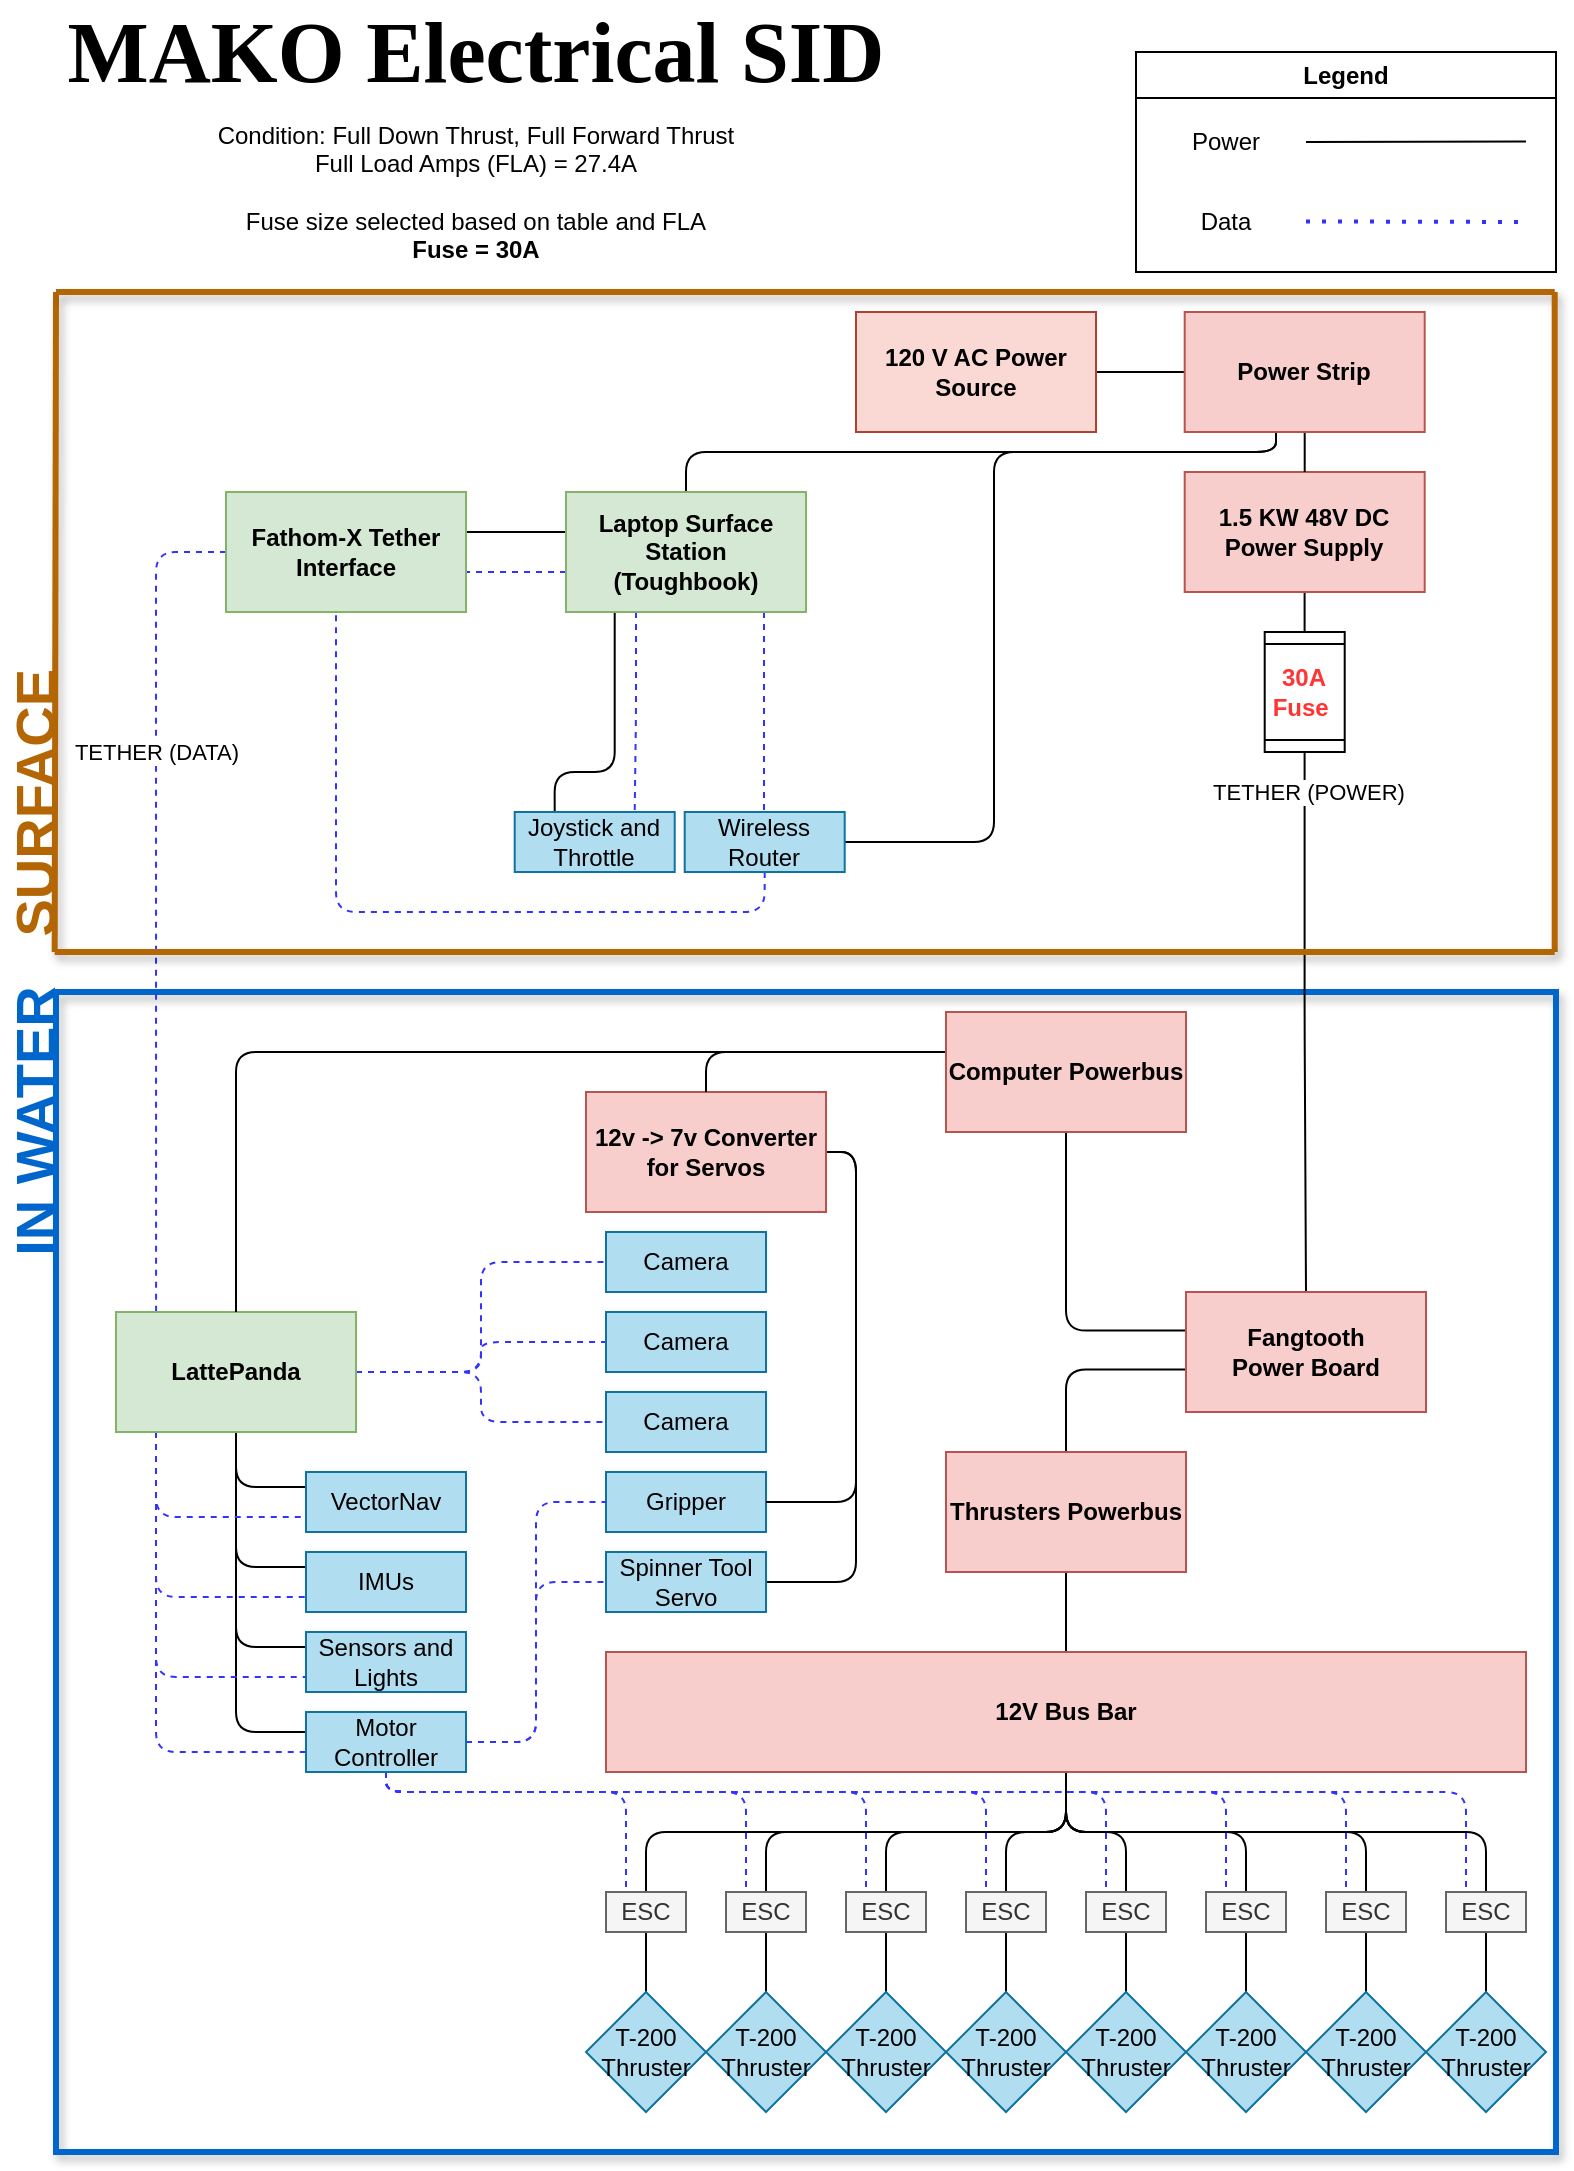
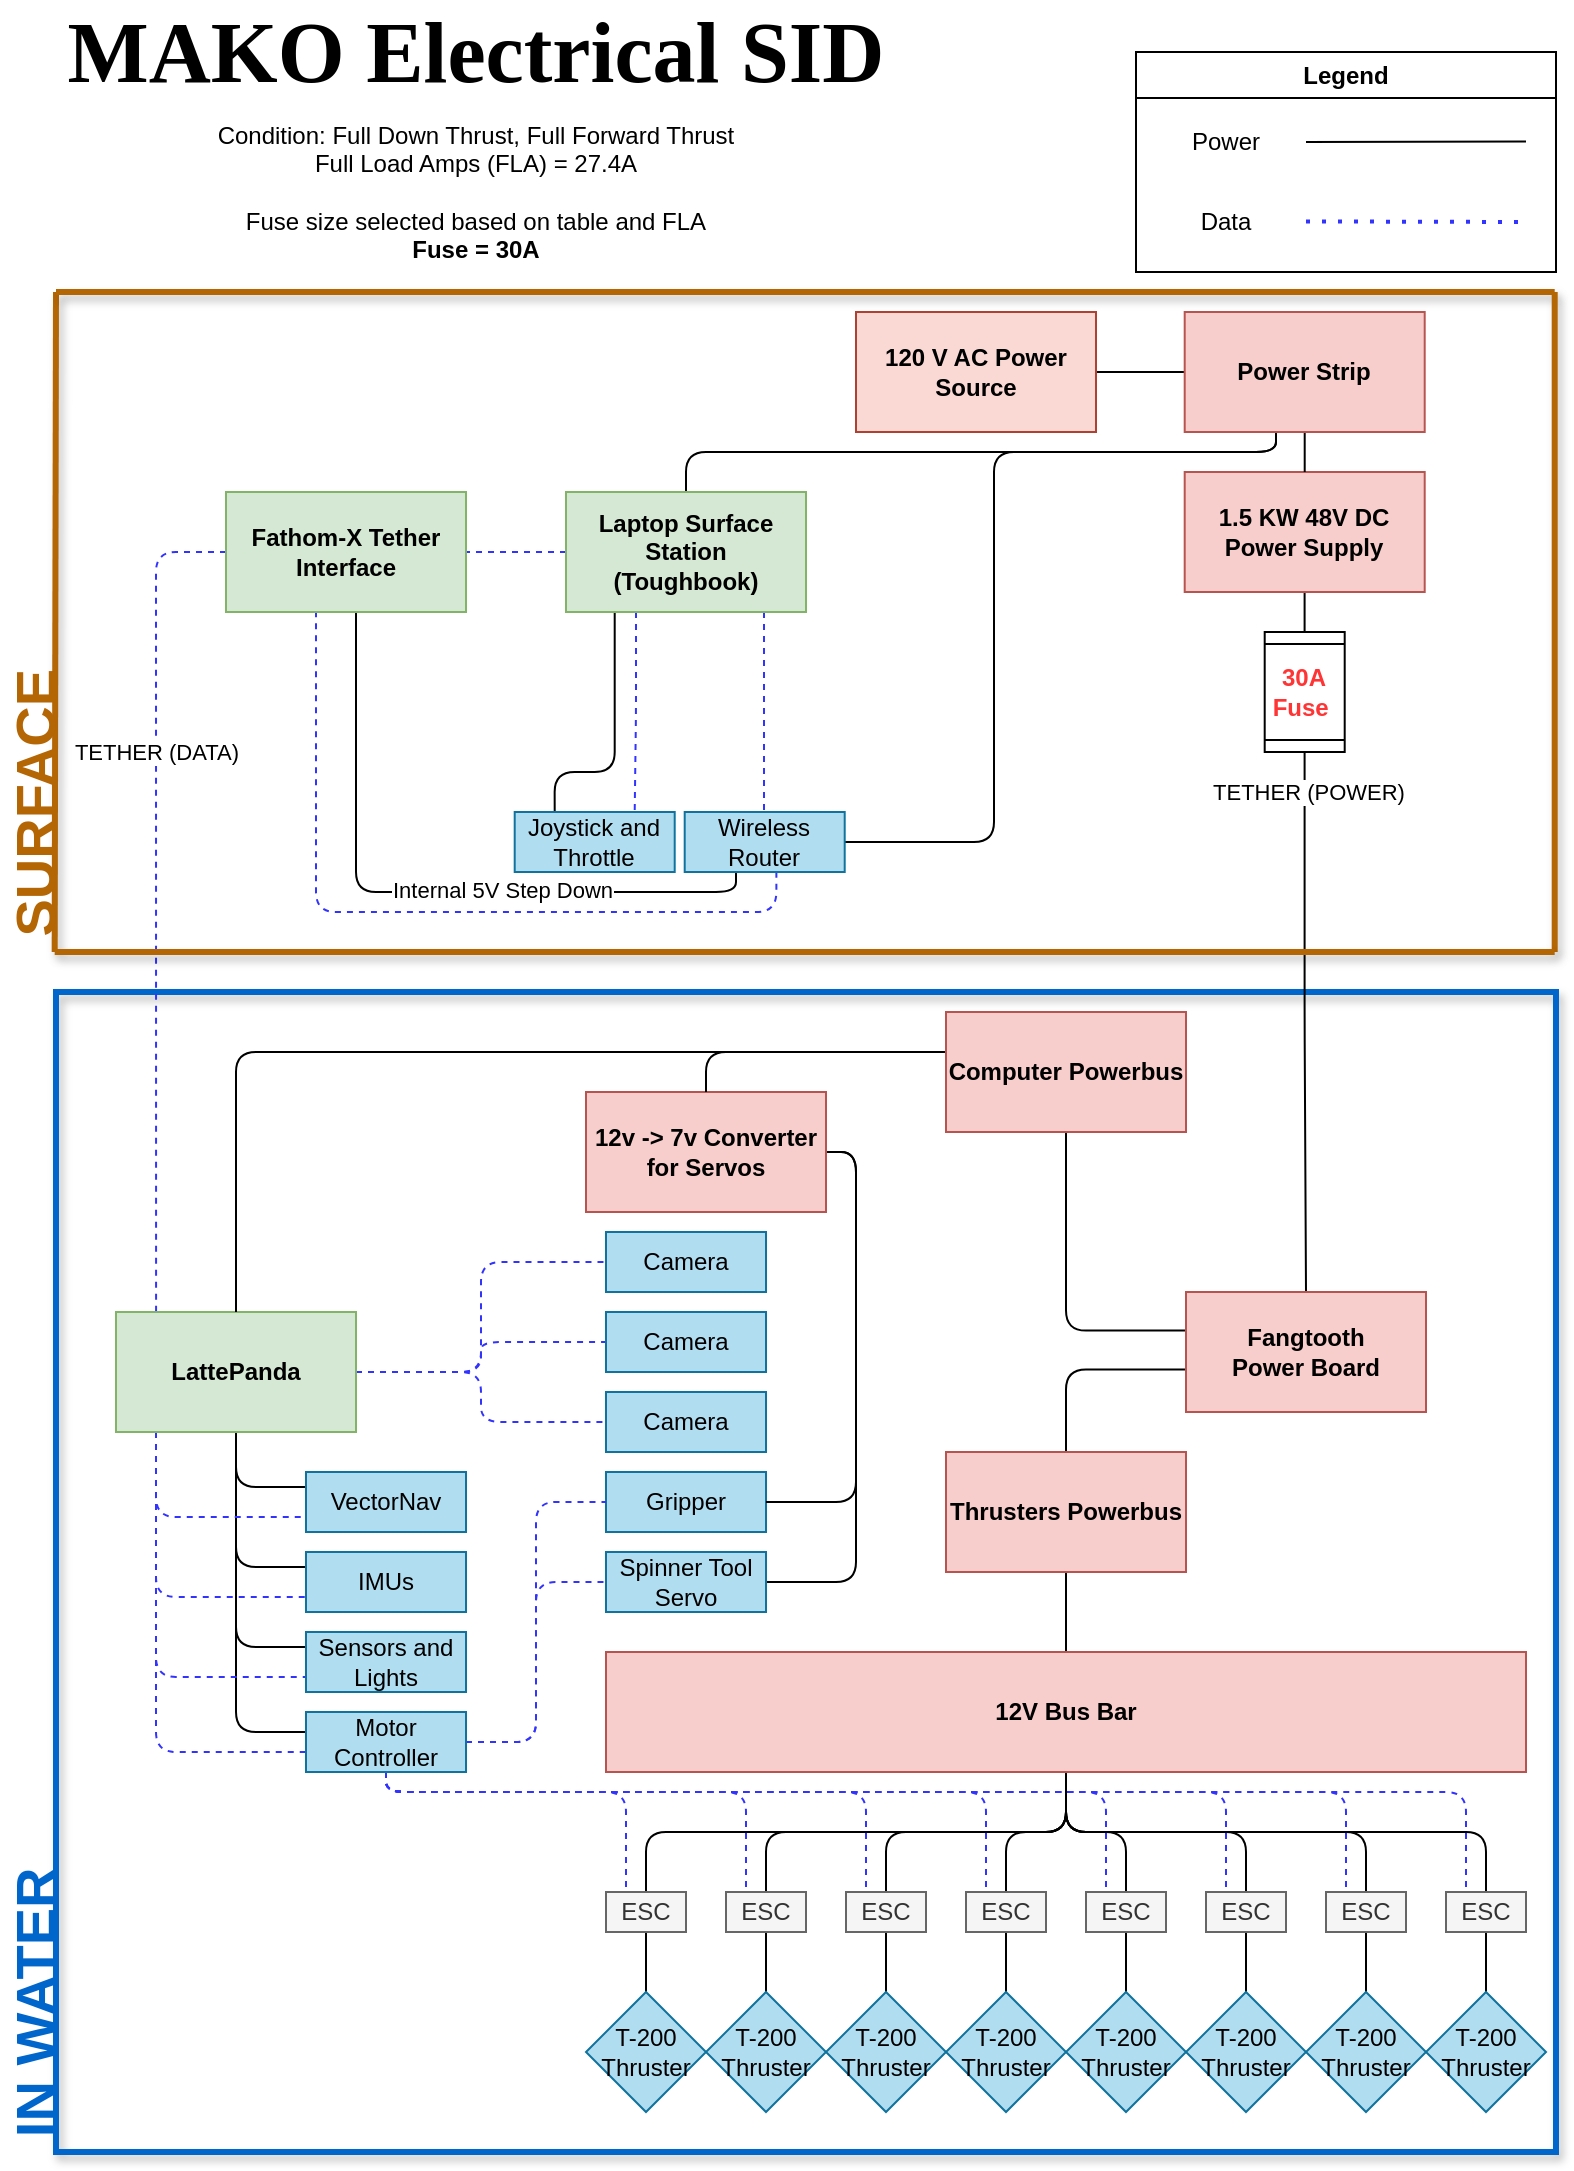
<mxfile host="app.diagrams.net" agent="Mozilla/5.0 (Windows NT 10.0; Win64; x64; rv:139.0) Gecko/20100101 Firefox/139.0">
  <diagram name="Page-1" id="doaNbLGYiiKzRFzNWdXi">
-     <mxGraphModel dx="1204" dy="1192" grid="1" gridSize="10" guides="1" tooltips="1" connect="1" arrows="1" fold="1" page="1" pageScale="1" pageWidth="850" pageHeight="1100" math="0" shadow="0">
+     <mxGraphModel dx="128" dy="568" grid="1" gridSize="10" guides="1" tooltips="1" connect="1" arrows="1" fold="1" page="1" pageScale="1" pageWidth="850" pageHeight="1100" math="0" shadow="0">
      <root>
        <mxCell id="0" />
        <mxCell id="1" parent="0" />
        <mxCell id="0vSBfI8_46AL9H7hPHAw-18" parent="1" style="rounded=0;whiteSpace=wrap;html=1;fillColor=none;strokeWidth=3;strokeColor=#0066CC;glass=0;shadow=1;" value="" vertex="1">
          <mxGeometry height="580" width="750" x="890" y="500" as="geometry" />
        </mxCell>
        <mxCell id="59XTsty1G1Yx93DkZX_j-1" parent="1" style="text;html=1;whiteSpace=wrap;strokeColor=none;fillColor=none;align=center;verticalAlign=middle;rounded=0;fontFamily=Times New Roman;fontStyle=1" value="&lt;font style=&quot;font-size: 43px;&quot;&gt;&lt;span&gt;MAKO Electrical SID&lt;/span&gt;&lt;/font&gt;" vertex="1">
          <mxGeometry height="40" width="420" x="890" y="10" as="geometry" />
        </mxCell>
        <mxCell id="59XTsty1G1Yx93DkZX_j-24" edge="1" parent="1" style="edgeStyle=orthogonalEdgeStyle;rounded=0;orthogonalLoop=1;jettySize=auto;html=1;exitX=0.5;exitY=1;exitDx=0;exitDy=0;">
          <mxGeometry relative="1" as="geometry">
            <mxPoint x="1435" y="910" as="sourcePoint" />
            <mxPoint x="1435" y="910" as="targetPoint" />
          </mxGeometry>
        </mxCell>
        <mxCell id="59XTsty1G1Yx93DkZX_j-45" parent="1" style="swimlane;whiteSpace=wrap;html=1;" value="Legend" vertex="1">
          <mxGeometry height="110" width="210" x="1430" y="30" as="geometry" />
        </mxCell>
        <mxCell id="59XTsty1G1Yx93DkZX_j-46" parent="59XTsty1G1Yx93DkZX_j-45" style="text;html=1;whiteSpace=wrap;strokeColor=none;fillColor=none;align=center;verticalAlign=middle;rounded=0;" value="Power" vertex="1">
          <mxGeometry height="30" width="60" x="15" y="30" as="geometry" />
        </mxCell>
        <mxCell id="59XTsty1G1Yx93DkZX_j-47" parent="59XTsty1G1Yx93DkZX_j-45" style="text;html=1;whiteSpace=wrap;strokeColor=none;fillColor=none;align=center;verticalAlign=middle;rounded=0;" value="Data" vertex="1">
          <mxGeometry height="30" width="60" x="15" y="70" as="geometry" />
        </mxCell>
        <mxCell id="59XTsty1G1Yx93DkZX_j-53" edge="1" parent="59XTsty1G1Yx93DkZX_j-45" style="endArrow=none;dashed=1;html=1;dashPattern=1 3;strokeWidth=2;strokeColor=#3333FF;" value="">
          <mxGeometry height="50" relative="1" width="50" as="geometry">
            <mxPoint x="85" y="84.72" as="sourcePoint" />
            <mxPoint x="195" y="85" as="targetPoint" />
          </mxGeometry>
        </mxCell>
        <mxCell id="59XTsty1G1Yx93DkZX_j-54" edge="1" parent="59XTsty1G1Yx93DkZX_j-45" style="endArrow=none;html=1;strokeColor=#000000;" value="">
          <mxGeometry height="50" relative="1" width="50" as="geometry">
            <mxPoint x="85" y="45.06" as="sourcePoint" />
            <mxPoint x="195" y="44.78" as="targetPoint" />
          </mxGeometry>
        </mxCell>
        <mxCell id="59XTsty1G1Yx93DkZX_j-216" edge="1" parent="1" source="59XTsty1G1Yx93DkZX_j-57" style="edgeStyle=orthogonalEdgeStyle;orthogonalLoop=1;jettySize=auto;html=1;endArrow=none;endFill=0;" target="59XTsty1G1Yx93DkZX_j-208" value="">
          <mxGeometry relative="1" as="geometry" />
        </mxCell>
        <mxCell id="59XTsty1G1Yx93DkZX_j-57" parent="1" style="rounded=0;whiteSpace=wrap;html=1;fillColor=#fad9d5;strokeColor=#ae4132;fontStyle=1" value="120 V AC Power Source" vertex="1">
          <mxGeometry height="60" width="120" x="1290" y="160" as="geometry" />
        </mxCell>
        <mxCell id="59XTsty1G1Yx93DkZX_j-71" edge="1" parent="1" source="59XTsty1G1Yx93DkZX_j-66" style="edgeStyle=orthogonalEdgeStyle;orthogonalLoop=1;jettySize=auto;html=1;endArrow=none;endFill=0;" target="59XTsty1G1Yx93DkZX_j-70" value="">
          <mxGeometry relative="1" as="geometry" />
        </mxCell>
        <mxCell id="59XTsty1G1Yx93DkZX_j-66" parent="1" style="rounded=0;whiteSpace=wrap;html=1;fillColor=#f8cecc;strokeColor=#b85450;fontStyle=1" value="&lt;div&gt;1.5 KW 48V DC Power Supply&lt;/div&gt;" vertex="1">
          <mxGeometry height="60" width="120" x="1454.35" y="240" as="geometry" />
        </mxCell>
        <mxCell id="59XTsty1G1Yx93DkZX_j-81" edge="1" parent="1" source="59XTsty1G1Yx93DkZX_j-70" style="edgeStyle=orthogonalEdgeStyle;orthogonalLoop=1;jettySize=auto;html=1;entryX=0.5;entryY=0;entryDx=0;entryDy=0;endArrow=none;endFill=0;" target="59XTsty1G1Yx93DkZX_j-101" value="">
          <mxGeometry relative="1" as="geometry">
            <mxPoint x="1515" y="470" as="targetPoint" />
          </mxGeometry>
        </mxCell>
        <mxCell id="59XTsty1G1Yx93DkZX_j-99" connectable="0" parent="59XTsty1G1Yx93DkZX_j-81" style="edgeLabel;html=1;align=center;verticalAlign=middle;resizable=0;points=[];" value="TETHER (POWER)" vertex="1">
          <mxGeometry relative="1" x="-0.062" y="-1" as="geometry">
            <mxPoint x="2" y="-107" as="offset" />
          </mxGeometry>
        </mxCell>
        <mxCell id="59XTsty1G1Yx93DkZX_j-70" parent="1" style="shape=process;whiteSpace=wrap;html=1;backgroundOutline=1;rounded=0;direction=south;" value="&lt;div&gt;&lt;b style=&quot;color: rgb(255, 53, 53);&quot;&gt;30A&lt;/b&gt;&lt;/div&gt;&lt;div&gt;&lt;b style=&quot;color: rgb(255, 53, 53);&quot;&gt;Fuse&amp;nbsp;&lt;/b&gt;&lt;/div&gt;" vertex="1">
          <mxGeometry height="60" width="40" x="1494.35" y="320" as="geometry" />
        </mxCell>
        <mxCell id="59XTsty1G1Yx93DkZX_j-83" parent="1" style="text;html=1;whiteSpace=wrap;strokeColor=none;fillColor=none;align=center;verticalAlign=middle;rounded=0;" value="&lt;div&gt;Condition: Full Down Thrust, Full Forward Thrust&lt;/div&gt;&lt;div&gt;Full Load Amps (FLA) = 27.4A&lt;/div&gt;&lt;div&gt;&lt;br&gt;&lt;/div&gt;&lt;div&gt;Fuse size selected based on table and FLA&lt;/div&gt;&lt;div&gt;&lt;b&gt;Fuse = 30A&lt;/b&gt;&lt;/div&gt;" vertex="1">
          <mxGeometry height="80" width="410" x="894.9999999999999" y="60" as="geometry" />
        </mxCell>
        <mxCell id="59XTsty1G1Yx93DkZX_j-205" edge="1" parent="1" source="59XTsty1G1Yx93DkZX_j-101" style="edgeStyle=orthogonalEdgeStyle;orthogonalLoop=1;jettySize=auto;html=1;entryX=0.5;entryY=1;entryDx=0;entryDy=0;exitX=-0.004;exitY=0.321;exitDx=0;exitDy=0;exitPerimeter=0;endArrow=none;endFill=0;" target="59XTsty1G1Yx93DkZX_j-180">
          <mxGeometry relative="1" as="geometry" />
        </mxCell>
        <mxCell id="59XTsty1G1Yx93DkZX_j-206" edge="1" parent="1" source="59XTsty1G1Yx93DkZX_j-101" style="edgeStyle=orthogonalEdgeStyle;orthogonalLoop=1;jettySize=auto;html=1;exitX=0.001;exitY=0.645;exitDx=0;exitDy=0;exitPerimeter=0;endArrow=none;endFill=0;" target="59XTsty1G1Yx93DkZX_j-102">
          <mxGeometry relative="1" as="geometry" />
        </mxCell>
        <mxCell id="59XTsty1G1Yx93DkZX_j-101" parent="1" style="rounded=0;whiteSpace=wrap;html=1;fillColor=#f8cecc;strokeColor=#b85450;fontStyle=1" value="&lt;div&gt;Fangtooth&lt;/div&gt;&lt;div&gt;Power Board&lt;/div&gt;" vertex="1">
          <mxGeometry height="60" width="120" x="1455" y="650" as="geometry" />
        </mxCell>
        <mxCell id="59XTsty1G1Yx93DkZX_j-113" edge="1" parent="1" source="59XTsty1G1Yx93DkZX_j-102" style="edgeStyle=orthogonalEdgeStyle;orthogonalLoop=1;jettySize=auto;html=1;entryX=0.5;entryY=0;entryDx=0;entryDy=0;endArrow=none;endFill=0;" target="59XTsty1G1Yx93DkZX_j-108">
          <mxGeometry relative="1" as="geometry" />
        </mxCell>
        <mxCell id="59XTsty1G1Yx93DkZX_j-102" parent="1" style="rounded=0;whiteSpace=wrap;html=1;fillColor=#f8cecc;strokeColor=#b85450;fontStyle=1" value="Thrusters Powerbus" vertex="1">
          <mxGeometry height="60" width="120" x="1335" y="730" as="geometry" />
        </mxCell>
        <mxCell id="59XTsty1G1Yx93DkZX_j-135" edge="1" parent="1" source="59XTsty1G1Yx93DkZX_j-108" style="edgeStyle=orthogonalEdgeStyle;orthogonalLoop=1;jettySize=auto;html=1;entryX=0.5;entryY=0;entryDx=0;entryDy=0;endArrow=none;endFill=0;" target="59XTsty1G1Yx93DkZX_j-116">
          <mxGeometry relative="1" as="geometry" />
        </mxCell>
        <mxCell id="59XTsty1G1Yx93DkZX_j-137" edge="1" parent="1" source="59XTsty1G1Yx93DkZX_j-108" style="edgeStyle=orthogonalEdgeStyle;orthogonalLoop=1;jettySize=auto;html=1;entryX=0.5;entryY=0;entryDx=0;entryDy=0;endArrow=none;endFill=0;" target="59XTsty1G1Yx93DkZX_j-120">
          <mxGeometry relative="1" as="geometry" />
        </mxCell>
        <mxCell id="59XTsty1G1Yx93DkZX_j-138" edge="1" parent="1" source="59XTsty1G1Yx93DkZX_j-108" style="edgeStyle=orthogonalEdgeStyle;orthogonalLoop=1;jettySize=auto;html=1;entryX=0.5;entryY=0;entryDx=0;entryDy=0;endArrow=none;endFill=0;" target="59XTsty1G1Yx93DkZX_j-117">
          <mxGeometry relative="1" as="geometry" />
        </mxCell>
        <mxCell id="59XTsty1G1Yx93DkZX_j-139" edge="1" parent="1" source="59XTsty1G1Yx93DkZX_j-108" style="edgeStyle=orthogonalEdgeStyle;orthogonalLoop=1;jettySize=auto;html=1;entryX=0.5;entryY=0;entryDx=0;entryDy=0;endArrow=none;endFill=0;" target="59XTsty1G1Yx93DkZX_j-118">
          <mxGeometry relative="1" as="geometry" />
        </mxCell>
        <mxCell id="59XTsty1G1Yx93DkZX_j-140" edge="1" parent="1" source="59XTsty1G1Yx93DkZX_j-108" style="edgeStyle=orthogonalEdgeStyle;orthogonalLoop=1;jettySize=auto;html=1;entryX=0.5;entryY=0;entryDx=0;entryDy=0;endArrow=none;endFill=0;" target="59XTsty1G1Yx93DkZX_j-121">
          <mxGeometry relative="1" as="geometry" />
        </mxCell>
        <mxCell id="59XTsty1G1Yx93DkZX_j-141" edge="1" parent="1" source="59XTsty1G1Yx93DkZX_j-108" style="edgeStyle=orthogonalEdgeStyle;orthogonalLoop=1;jettySize=auto;html=1;entryX=0.5;entryY=0;entryDx=0;entryDy=0;endArrow=none;endFill=0;" target="59XTsty1G1Yx93DkZX_j-122">
          <mxGeometry relative="1" as="geometry" />
        </mxCell>
        <mxCell id="59XTsty1G1Yx93DkZX_j-142" edge="1" parent="1" source="59XTsty1G1Yx93DkZX_j-108" style="edgeStyle=orthogonalEdgeStyle;orthogonalLoop=1;jettySize=auto;html=1;entryX=0.5;entryY=0;entryDx=0;entryDy=0;endArrow=none;endFill=0;" target="59XTsty1G1Yx93DkZX_j-123">
          <mxGeometry relative="1" as="geometry" />
        </mxCell>
        <mxCell id="59XTsty1G1Yx93DkZX_j-143" edge="1" parent="1" source="59XTsty1G1Yx93DkZX_j-108" style="edgeStyle=orthogonalEdgeStyle;orthogonalLoop=1;jettySize=auto;html=1;endArrow=none;endFill=0;" target="59XTsty1G1Yx93DkZX_j-124">
          <mxGeometry relative="1" as="geometry" />
        </mxCell>
        <mxCell id="59XTsty1G1Yx93DkZX_j-108" parent="1" style="rounded=0;whiteSpace=wrap;html=1;fillColor=#f8cecc;strokeColor=#b85450;fontStyle=0" value="&lt;b&gt;&lt;span&gt;12V Bus Bar&lt;/span&gt;&lt;/b&gt;" vertex="1">
          <mxGeometry height="60" width="460" x="1165" y="830" as="geometry" />
        </mxCell>
        <mxCell id="59XTsty1G1Yx93DkZX_j-158" edge="1" parent="1" source="59XTsty1G1Yx93DkZX_j-111" style="edgeStyle=orthogonalEdgeStyle;orthogonalLoop=1;jettySize=auto;html=1;entryX=0;entryY=0.5;entryDx=0;entryDy=0;dashed=1;strokeColor=#3333FF;endArrow=none;endFill=0;" target="59XTsty1G1Yx93DkZX_j-154">
          <mxGeometry relative="1" as="geometry" />
        </mxCell>
        <mxCell id="59XTsty1G1Yx93DkZX_j-159" edge="1" parent="1" source="59XTsty1G1Yx93DkZX_j-111" style="edgeStyle=orthogonalEdgeStyle;orthogonalLoop=1;jettySize=auto;html=1;entryX=0;entryY=0.5;entryDx=0;entryDy=0;dashed=1;strokeColor=#3333FF;endArrow=none;endFill=0;" target="59XTsty1G1Yx93DkZX_j-153">
          <mxGeometry relative="1" as="geometry" />
        </mxCell>
        <mxCell id="59XTsty1G1Yx93DkZX_j-232" edge="1" parent="1" source="59XTsty1G1Yx93DkZX_j-111" style="edgeStyle=orthogonalEdgeStyle;orthogonalLoop=1;jettySize=auto;html=1;entryX=0;entryY=0.25;entryDx=0;entryDy=0;endArrow=none;endFill=0;" target="59XTsty1G1Yx93DkZX_j-164">
          <mxGeometry relative="1" as="geometry">
            <Array as="points">
              <mxPoint x="980" y="748" />
            </Array>
          </mxGeometry>
        </mxCell>
        <mxCell id="59XTsty1G1Yx93DkZX_j-233" edge="1" parent="1" source="59XTsty1G1Yx93DkZX_j-111" style="edgeStyle=orthogonalEdgeStyle;orthogonalLoop=1;jettySize=auto;html=1;entryX=0;entryY=0.25;entryDx=0;entryDy=0;endArrow=none;endFill=0;" target="59XTsty1G1Yx93DkZX_j-163">
          <mxGeometry relative="1" as="geometry">
            <Array as="points">
              <mxPoint x="980" y="788" />
            </Array>
          </mxGeometry>
        </mxCell>
        <mxCell id="59XTsty1G1Yx93DkZX_j-234" edge="1" parent="1" source="59XTsty1G1Yx93DkZX_j-111" style="edgeStyle=orthogonalEdgeStyle;orthogonalLoop=1;jettySize=auto;html=1;entryX=0;entryY=0.25;entryDx=0;entryDy=0;endArrow=none;endFill=0;" target="59XTsty1G1Yx93DkZX_j-165">
          <mxGeometry relative="1" as="geometry">
            <Array as="points">
              <mxPoint x="980" y="828" />
            </Array>
          </mxGeometry>
        </mxCell>
        <mxCell id="59XTsty1G1Yx93DkZX_j-235" edge="1" parent="1" source="59XTsty1G1Yx93DkZX_j-111" style="edgeStyle=orthogonalEdgeStyle;orthogonalLoop=1;jettySize=auto;html=1;entryX=0.003;entryY=0.353;entryDx=0;entryDy=0;entryPerimeter=0;endArrow=none;endFill=0;" target="59XTsty1G1Yx93DkZX_j-231">
          <mxGeometry relative="1" as="geometry">
            <Array as="points">
              <mxPoint x="980" y="870" />
              <mxPoint x="1015" y="870" />
            </Array>
          </mxGeometry>
        </mxCell>
        <mxCell id="59XTsty1G1Yx93DkZX_j-236" edge="1" parent="1" source="59XTsty1G1Yx93DkZX_j-111" style="edgeStyle=orthogonalEdgeStyle;orthogonalLoop=1;jettySize=auto;html=1;entryX=-0.002;entryY=0.647;entryDx=0;entryDy=0;dashed=1;strokeColor=#3333FF;entryPerimeter=0;endArrow=none;endFill=0;" target="59XTsty1G1Yx93DkZX_j-231">
          <mxGeometry relative="1" as="geometry">
            <Array as="points">
              <mxPoint x="940" y="880" />
              <mxPoint x="1015" y="880" />
            </Array>
          </mxGeometry>
        </mxCell>
        <mxCell id="59XTsty1G1Yx93DkZX_j-237" edge="1" parent="1" source="59XTsty1G1Yx93DkZX_j-111" style="edgeStyle=orthogonalEdgeStyle;orthogonalLoop=1;jettySize=auto;html=1;entryX=0;entryY=0.75;entryDx=0;entryDy=0;dashed=1;strokeColor=#3333FF;endArrow=none;endFill=0;" target="59XTsty1G1Yx93DkZX_j-165">
          <mxGeometry relative="1" as="geometry">
            <Array as="points">
              <mxPoint x="940" y="843" />
            </Array>
          </mxGeometry>
        </mxCell>
        <mxCell id="59XTsty1G1Yx93DkZX_j-238" edge="1" parent="1" source="59XTsty1G1Yx93DkZX_j-111" style="edgeStyle=orthogonalEdgeStyle;orthogonalLoop=1;jettySize=auto;html=1;entryX=0;entryY=0.75;entryDx=0;entryDy=0;dashed=1;strokeColor=#3333FF;endArrow=none;endFill=0;" target="59XTsty1G1Yx93DkZX_j-163">
          <mxGeometry relative="1" as="geometry">
            <Array as="points">
              <mxPoint x="940" y="803" />
            </Array>
          </mxGeometry>
        </mxCell>
        <mxCell id="59XTsty1G1Yx93DkZX_j-239" edge="1" parent="1" source="59XTsty1G1Yx93DkZX_j-111" style="edgeStyle=orthogonalEdgeStyle;orthogonalLoop=1;jettySize=auto;html=1;entryX=0;entryY=0.75;entryDx=0;entryDy=0;dashed=1;strokeColor=#3333FF;endArrow=none;endFill=0;" target="59XTsty1G1Yx93DkZX_j-164">
          <mxGeometry relative="1" as="geometry">
            <Array as="points">
              <mxPoint x="940" y="763" />
            </Array>
          </mxGeometry>
        </mxCell>
        <mxCell id="0vSBfI8_46AL9H7hPHAw-38" edge="1" parent="1" source="59XTsty1G1Yx93DkZX_j-111" style="edgeStyle=orthogonalEdgeStyle;rounded=1;orthogonalLoop=1;jettySize=auto;html=1;entryX=0;entryY=0.5;entryDx=0;entryDy=0;curved=0;endArrow=none;endFill=0;dashed=1;strokeColor=#3333FF;" target="0vSBfI8_46AL9H7hPHAw-37">
          <mxGeometry relative="1" as="geometry" />
        </mxCell>
        <mxCell id="59XTsty1G1Yx93DkZX_j-111" parent="1" style="rounded=0;whiteSpace=wrap;html=1;fillColor=#d5e8d4;strokeColor=#82b366;" value="&lt;b&gt;LattePanda&lt;/b&gt;" vertex="1">
          <mxGeometry height="60" width="120" x="920" y="660" as="geometry" />
        </mxCell>
        <mxCell id="59XTsty1G1Yx93DkZX_j-145" edge="1" parent="1" source="59XTsty1G1Yx93DkZX_j-116" style="edgeStyle=orthogonalEdgeStyle;orthogonalLoop=1;jettySize=auto;html=1;entryX=0.5;entryY=0;entryDx=0;entryDy=0;endArrow=none;endFill=0;" target="59XTsty1G1Yx93DkZX_j-126">
          <mxGeometry relative="1" as="geometry" />
        </mxCell>
        <mxCell id="59XTsty1G1Yx93DkZX_j-116" parent="1" style="rounded=0;whiteSpace=wrap;html=1;fillColor=#f5f5f5;fontColor=#333333;strokeColor=#666666;" value="ESC" vertex="1">
          <mxGeometry height="20" width="40" x="1165" y="950" as="geometry" />
        </mxCell>
        <mxCell id="59XTsty1G1Yx93DkZX_j-147" edge="1" parent="1" source="59XTsty1G1Yx93DkZX_j-117" style="edgeStyle=orthogonalEdgeStyle;orthogonalLoop=1;jettySize=auto;html=1;entryX=0.5;entryY=0;entryDx=0;entryDy=0;endArrow=none;endFill=0;" target="59XTsty1G1Yx93DkZX_j-128">
          <mxGeometry relative="1" as="geometry" />
        </mxCell>
        <mxCell id="59XTsty1G1Yx93DkZX_j-117" parent="1" style="rounded=0;whiteSpace=wrap;html=1;fillColor=#f5f5f5;fontColor=#333333;strokeColor=#666666;" value="ESC" vertex="1">
          <mxGeometry height="20" width="40" x="1285" y="950" as="geometry" />
        </mxCell>
        <mxCell id="59XTsty1G1Yx93DkZX_j-148" edge="1" parent="1" source="59XTsty1G1Yx93DkZX_j-118" style="edgeStyle=orthogonalEdgeStyle;orthogonalLoop=1;jettySize=auto;html=1;entryX=0.5;entryY=0;entryDx=0;entryDy=0;endArrow=none;endFill=0;" target="59XTsty1G1Yx93DkZX_j-129">
          <mxGeometry relative="1" as="geometry" />
        </mxCell>
        <mxCell id="59XTsty1G1Yx93DkZX_j-118" parent="1" style="rounded=0;whiteSpace=wrap;html=1;fillColor=#f5f5f5;fontColor=#333333;strokeColor=#666666;" value="ESC" vertex="1">
          <mxGeometry height="20" width="40" x="1345" y="950" as="geometry" />
        </mxCell>
        <mxCell id="59XTsty1G1Yx93DkZX_j-146" edge="1" parent="1" source="59XTsty1G1Yx93DkZX_j-120" style="edgeStyle=orthogonalEdgeStyle;orthogonalLoop=1;jettySize=auto;html=1;entryX=0.5;entryY=0;entryDx=0;entryDy=0;endArrow=none;endFill=0;" target="59XTsty1G1Yx93DkZX_j-127">
          <mxGeometry relative="1" as="geometry" />
        </mxCell>
        <mxCell id="59XTsty1G1Yx93DkZX_j-120" parent="1" style="rounded=0;whiteSpace=wrap;html=1;fillColor=#f5f5f5;fontColor=#333333;strokeColor=#666666;" value="ESC" vertex="1">
          <mxGeometry height="20" width="40" x="1225" y="950" as="geometry" />
        </mxCell>
        <mxCell id="59XTsty1G1Yx93DkZX_j-149" edge="1" parent="1" source="59XTsty1G1Yx93DkZX_j-121" style="edgeStyle=orthogonalEdgeStyle;orthogonalLoop=1;jettySize=auto;html=1;entryX=0.5;entryY=0;entryDx=0;entryDy=0;endArrow=none;endFill=0;" target="59XTsty1G1Yx93DkZX_j-130">
          <mxGeometry relative="1" as="geometry" />
        </mxCell>
        <mxCell id="59XTsty1G1Yx93DkZX_j-121" parent="1" style="rounded=0;whiteSpace=wrap;html=1;fillColor=#f5f5f5;fontColor=#333333;strokeColor=#666666;" value="ESC" vertex="1">
          <mxGeometry height="20" width="40" x="1405" y="950" as="geometry" />
        </mxCell>
        <mxCell id="59XTsty1G1Yx93DkZX_j-150" edge="1" parent="1" source="59XTsty1G1Yx93DkZX_j-122" style="edgeStyle=orthogonalEdgeStyle;orthogonalLoop=1;jettySize=auto;html=1;entryX=0.5;entryY=0;entryDx=0;entryDy=0;endArrow=none;endFill=0;" target="59XTsty1G1Yx93DkZX_j-131">
          <mxGeometry relative="1" as="geometry" />
        </mxCell>
        <mxCell id="59XTsty1G1Yx93DkZX_j-122" parent="1" style="rounded=0;whiteSpace=wrap;html=1;fillColor=#f5f5f5;fontColor=#333333;strokeColor=#666666;" value="ESC" vertex="1">
          <mxGeometry height="20" width="40" x="1465" y="950" as="geometry" />
        </mxCell>
        <mxCell id="59XTsty1G1Yx93DkZX_j-151" edge="1" parent="1" source="59XTsty1G1Yx93DkZX_j-123" style="edgeStyle=orthogonalEdgeStyle;orthogonalLoop=1;jettySize=auto;html=1;entryX=0.5;entryY=0;entryDx=0;entryDy=0;endArrow=none;endFill=0;" target="59XTsty1G1Yx93DkZX_j-132">
          <mxGeometry relative="1" as="geometry" />
        </mxCell>
        <mxCell id="59XTsty1G1Yx93DkZX_j-123" parent="1" style="rounded=0;whiteSpace=wrap;html=1;fillColor=#f5f5f5;fontColor=#333333;strokeColor=#666666;" value="ESC" vertex="1">
          <mxGeometry height="20" width="40" x="1525" y="950" as="geometry" />
        </mxCell>
        <mxCell id="59XTsty1G1Yx93DkZX_j-152" edge="1" parent="1" source="59XTsty1G1Yx93DkZX_j-124" style="edgeStyle=orthogonalEdgeStyle;orthogonalLoop=1;jettySize=auto;html=1;entryX=0.5;entryY=0;entryDx=0;entryDy=0;endArrow=none;endFill=0;" target="59XTsty1G1Yx93DkZX_j-133">
          <mxGeometry relative="1" as="geometry" />
        </mxCell>
        <mxCell id="59XTsty1G1Yx93DkZX_j-124" parent="1" style="rounded=0;whiteSpace=wrap;html=1;fillColor=#f5f5f5;fontColor=#333333;strokeColor=#666666;" value="ESC" vertex="1">
          <mxGeometry height="20" width="40" x="1585" y="950" as="geometry" />
        </mxCell>
        <mxCell id="59XTsty1G1Yx93DkZX_j-126" parent="1" style="rhombus;whiteSpace=wrap;html=1;fillColor=#b1ddf0;strokeColor=#10739e;" value="T-200 Thruster" vertex="1">
          <mxGeometry height="60" width="60" x="1155" y="1000" as="geometry" />
        </mxCell>
        <mxCell id="59XTsty1G1Yx93DkZX_j-127" parent="1" style="rhombus;whiteSpace=wrap;html=1;fillColor=#b1ddf0;strokeColor=#10739e;" value="T-200 Thruster" vertex="1">
          <mxGeometry height="60" width="60" x="1215" y="1000" as="geometry" />
        </mxCell>
        <mxCell id="59XTsty1G1Yx93DkZX_j-128" parent="1" style="rhombus;whiteSpace=wrap;html=1;fillColor=#b1ddf0;strokeColor=#10739e;" value="T-200 Thruster" vertex="1">
          <mxGeometry height="60" width="60" x="1275" y="1000" as="geometry" />
        </mxCell>
        <mxCell id="59XTsty1G1Yx93DkZX_j-129" parent="1" style="rhombus;whiteSpace=wrap;html=1;fillColor=#b1ddf0;strokeColor=#10739e;" value="T-200 Thruster" vertex="1">
          <mxGeometry height="60" width="60" x="1335" y="1000" as="geometry" />
        </mxCell>
        <mxCell id="59XTsty1G1Yx93DkZX_j-130" parent="1" style="rhombus;whiteSpace=wrap;html=1;fillColor=#b1ddf0;strokeColor=#10739e;" value="T-200 Thruster" vertex="1">
          <mxGeometry height="60" width="60" x="1395" y="1000" as="geometry" />
        </mxCell>
        <mxCell id="59XTsty1G1Yx93DkZX_j-131" parent="1" style="rhombus;whiteSpace=wrap;html=1;fillColor=#b1ddf0;strokeColor=#10739e;" value="T-200 Thruster" vertex="1">
          <mxGeometry height="60" width="60" x="1455" y="1000" as="geometry" />
        </mxCell>
        <mxCell id="59XTsty1G1Yx93DkZX_j-132" parent="1" style="rhombus;whiteSpace=wrap;html=1;fillColor=#b1ddf0;strokeColor=#10739e;" value="T-200 Thruster" vertex="1">
          <mxGeometry height="60" width="60" x="1515" y="1000" as="geometry" />
        </mxCell>
        <mxCell id="59XTsty1G1Yx93DkZX_j-133" parent="1" style="rhombus;whiteSpace=wrap;html=1;fillColor=#b1ddf0;strokeColor=#10739e;" value="T-200 Thruster" vertex="1">
          <mxGeometry height="60" width="60" x="1575" y="1000" as="geometry" />
        </mxCell>
        <mxCell id="59XTsty1G1Yx93DkZX_j-153" parent="1" style="rounded=0;whiteSpace=wrap;html=1;fillColor=#b1ddf0;strokeColor=#10739e;" value="Camera" vertex="1">
          <mxGeometry height="30" width="80" x="1165" y="660" as="geometry" />
        </mxCell>
        <mxCell id="59XTsty1G1Yx93DkZX_j-154" parent="1" style="rounded=0;whiteSpace=wrap;html=1;fillColor=#b1ddf0;strokeColor=#10739e;" value="Camera" vertex="1">
          <mxGeometry height="30" width="80" x="1165" y="700" as="geometry" />
        </mxCell>
        <mxCell id="59XTsty1G1Yx93DkZX_j-155" parent="1" style="rounded=0;whiteSpace=wrap;html=1;fillColor=#b1ddf0;strokeColor=#10739e;" value="Gripper" vertex="1">
          <mxGeometry height="30" width="80" x="1165" y="740" as="geometry" />
        </mxCell>
        <mxCell id="59XTsty1G1Yx93DkZX_j-163" parent="1" style="rounded=0;whiteSpace=wrap;html=1;fillColor=#b1ddf0;strokeColor=#10739e;" value="IMUs" vertex="1">
          <mxGeometry height="30" width="80" x="1015" y="780" as="geometry" />
        </mxCell>
        <mxCell id="59XTsty1G1Yx93DkZX_j-164" parent="1" style="rounded=0;whiteSpace=wrap;html=1;fillColor=#b1ddf0;strokeColor=#10739e;" value="VectorNav" vertex="1">
          <mxGeometry height="30" width="80" x="1015" y="740" as="geometry" />
        </mxCell>
        <mxCell id="59XTsty1G1Yx93DkZX_j-165" parent="1" style="rounded=0;whiteSpace=wrap;html=1;fillColor=#b1ddf0;strokeColor=#10739e;" value="Sensors and Lights" vertex="1">
          <mxGeometry height="30" width="80" x="1015" y="820" as="geometry" />
        </mxCell>
        <mxCell id="59XTsty1G1Yx93DkZX_j-185" edge="1" parent="1" source="59XTsty1G1Yx93DkZX_j-179" style="edgeStyle=orthogonalEdgeStyle;orthogonalLoop=1;jettySize=auto;html=1;entryX=1;entryY=0.5;entryDx=0;entryDy=0;endArrow=none;endFill=0;" target="59XTsty1G1Yx93DkZX_j-155">
          <mxGeometry relative="1" as="geometry">
            <Array as="points">
              <mxPoint x="1290" y="580" />
              <mxPoint x="1290" y="755" />
            </Array>
          </mxGeometry>
        </mxCell>
        <mxCell id="0vSBfI8_46AL9H7hPHAw-5" edge="1" parent="1" source="59XTsty1G1Yx93DkZX_j-179" style="edgeStyle=orthogonalEdgeStyle;rounded=1;orthogonalLoop=1;jettySize=auto;html=1;entryX=1;entryY=0.5;entryDx=0;entryDy=0;curved=0;endArrow=none;endFill=0;" target="0vSBfI8_46AL9H7hPHAw-3">
          <mxGeometry relative="1" as="geometry">
            <Array as="points">
              <mxPoint x="1290" y="580" />
              <mxPoint x="1290" y="795" />
            </Array>
          </mxGeometry>
        </mxCell>
        <mxCell id="59XTsty1G1Yx93DkZX_j-179" parent="1" style="rounded=0;whiteSpace=wrap;html=1;fillColor=#f8cecc;strokeColor=#b85450;fontStyle=1" value="12v -&amp;gt; 7v Converter for Servos" vertex="1">
          <mxGeometry height="60" width="120" x="1155" y="550" as="geometry" />
        </mxCell>
        <mxCell id="59XTsty1G1Yx93DkZX_j-183" edge="1" parent="1" source="59XTsty1G1Yx93DkZX_j-180" style="edgeStyle=orthogonalEdgeStyle;orthogonalLoop=1;jettySize=auto;html=1;endArrow=none;endFill=0;" target="59XTsty1G1Yx93DkZX_j-111">
          <mxGeometry relative="1" as="geometry">
            <Array as="points">
              <mxPoint x="980" y="530" />
            </Array>
          </mxGeometry>
        </mxCell>
        <mxCell id="59XTsty1G1Yx93DkZX_j-184" edge="1" parent="1" source="59XTsty1G1Yx93DkZX_j-180" style="edgeStyle=orthogonalEdgeStyle;orthogonalLoop=1;jettySize=auto;html=1;entryX=0.5;entryY=0;entryDx=0;entryDy=0;endArrow=none;endFill=0;" target="59XTsty1G1Yx93DkZX_j-179">
          <mxGeometry relative="1" as="geometry">
            <Array as="points">
              <mxPoint x="1215" y="530" />
            </Array>
          </mxGeometry>
        </mxCell>
        <mxCell id="59XTsty1G1Yx93DkZX_j-180" parent="1" style="rounded=0;whiteSpace=wrap;html=1;fillColor=#f8cecc;strokeColor=#b85450;fontStyle=1" value="Computer Powerbus" vertex="1">
          <mxGeometry height="60" width="120" x="1335" y="510" as="geometry" />
        </mxCell>
        <mxCell id="59XTsty1G1Yx93DkZX_j-218" edge="1" parent="1" source="59XTsty1G1Yx93DkZX_j-208" style="edgeStyle=orthogonalEdgeStyle;orthogonalLoop=1;jettySize=auto;html=1;endArrow=none;endFill=0;" target="59XTsty1G1Yx93DkZX_j-66">
          <mxGeometry relative="1" as="geometry">
            <Array as="points">
              <mxPoint x="1520" y="250" />
              <mxPoint x="1520" y="250" />
            </Array>
          </mxGeometry>
        </mxCell>
        <mxCell id="59XTsty1G1Yx93DkZX_j-224" edge="1" parent="1" source="59XTsty1G1Yx93DkZX_j-208" style="edgeStyle=orthogonalEdgeStyle;orthogonalLoop=1;jettySize=auto;html=1;entryX=1;entryY=0.5;entryDx=0;entryDy=0;endArrow=none;endFill=0;" target="59XTsty1G1Yx93DkZX_j-221">
          <mxGeometry relative="1" as="geometry">
            <Array as="points">
              <mxPoint x="1500" y="230" />
              <mxPoint x="1359" y="230" />
              <mxPoint x="1359" y="425" />
            </Array>
          </mxGeometry>
        </mxCell>
        <mxCell id="37D4bjrBw4_Emu08I7YZ-1" edge="1" parent="1" source="59XTsty1G1Yx93DkZX_j-208" style="edgeStyle=orthogonalEdgeStyle;rounded=1;orthogonalLoop=1;jettySize=auto;html=1;endArrow=none;endFill=0;curved=0;" target="59XTsty1G1Yx93DkZX_j-214">
          <mxGeometry relative="1" as="geometry">
            <Array as="points">
              <mxPoint x="1500" y="230" />
              <mxPoint x="1205" y="230" />
            </Array>
          </mxGeometry>
        </mxCell>
        <mxCell id="59XTsty1G1Yx93DkZX_j-208" parent="1" style="rounded=0;whiteSpace=wrap;html=1;fillColor=#f8cecc;strokeColor=#b85450;fontStyle=1" value="Power Strip" vertex="1">
          <mxGeometry height="60" width="120" x="1454.35" y="160" as="geometry" />
        </mxCell>
        <mxCell id="59XTsty1G1Yx93DkZX_j-226" edge="1" parent="1" source="59XTsty1G1Yx93DkZX_j-214" style="edgeStyle=orthogonalEdgeStyle;orthogonalLoop=1;jettySize=auto;html=1;dashed=1;strokeColor=#3333FF;entryX=0.75;entryY=0;entryDx=0;entryDy=0;endArrow=none;endFill=0;" target="59XTsty1G1Yx93DkZX_j-222" value="">
          <mxGeometry relative="1" as="geometry">
            <Array as="points">
              <mxPoint x="1180" y="360" />
              <mxPoint x="1179" y="360" />
            </Array>
          </mxGeometry>
        </mxCell>
        <mxCell id="59XTsty1G1Yx93DkZX_j-227" edge="1" parent="1" source="59XTsty1G1Yx93DkZX_j-214" style="edgeStyle=orthogonalEdgeStyle;orthogonalLoop=1;jettySize=auto;html=1;dashed=1;strokeColor=#3333FF;endArrow=none;endFill=0;" target="59XTsty1G1Yx93DkZX_j-221">
          <mxGeometry relative="1" as="geometry">
            <Array as="points">
              <mxPoint x="1244" y="350" />
              <mxPoint x="1244" y="350" />
            </Array>
          </mxGeometry>
        </mxCell>
-         <mxCell id="0vSBfI8_46AL9H7hPHAw-9" edge="1" parent="1" source="59XTsty1G1Yx93DkZX_j-214" style="edgeStyle=orthogonalEdgeStyle;rounded=0;orthogonalLoop=1;jettySize=auto;html=1;endArrow=none;endFill=0;" target="0vSBfI8_46AL9H7hPHAw-7" value="">
-           <mxGeometry relative="1" as="geometry">
-             <Array as="points">
-               <mxPoint x="1120" y="270" />
-               <mxPoint x="1120" y="270" />
-             </Array>
-           </mxGeometry>
-         </mxCell>
        <mxCell id="0vSBfI8_46AL9H7hPHAw-13" edge="1" parent="1" source="59XTsty1G1Yx93DkZX_j-214" style="edgeStyle=orthogonalEdgeStyle;rounded=1;orthogonalLoop=1;jettySize=auto;html=1;entryX=0.25;entryY=0;entryDx=0;entryDy=0;curved=0;endArrow=none;endFill=0;" target="59XTsty1G1Yx93DkZX_j-222">
          <mxGeometry relative="1" as="geometry">
            <Array as="points">
              <mxPoint x="1169.35" y="390" />
              <mxPoint x="1139.35" y="390" />
            </Array>
          </mxGeometry>
        </mxCell>
        <mxCell id="0vSBfI8_46AL9H7hPHAw-36" edge="1" parent="1" source="59XTsty1G1Yx93DkZX_j-214" style="edgeStyle=orthogonalEdgeStyle;rounded=0;orthogonalLoop=1;jettySize=auto;html=1;dashed=1;strokeColor=#3333FF;endArrow=none;endFill=0;" target="0vSBfI8_46AL9H7hPHAw-7" value="">
          <mxGeometry relative="1" as="geometry">
            <Array as="points">
-               <mxPoint x="1120" y="290" />
-               <mxPoint x="1120" y="290" />
+               <mxPoint x="1120" y="280" />
+               <mxPoint x="1120" y="280" />
            </Array>
          </mxGeometry>
        </mxCell>
        <mxCell id="59XTsty1G1Yx93DkZX_j-214" parent="1" style="rounded=0;whiteSpace=wrap;html=1;fillColor=#d5e8d4;strokeColor=#82b366;fontStyle=1" value="&lt;div&gt;Laptop Surface Station&lt;/div&gt;&lt;div&gt;(Toughbook)&lt;/div&gt;" vertex="1">
          <mxGeometry height="60" width="120" x="1145" y="250" as="geometry" />
        </mxCell>
-         <mxCell id="0vSBfI8_46AL9H7hPHAw-10" edge="1" parent="1" source="59XTsty1G1Yx93DkZX_j-221" style="edgeStyle=orthogonalEdgeStyle;rounded=1;orthogonalLoop=1;jettySize=auto;html=1;strokeColor=#3333FF;curved=0;dashed=1;exitX=0.5;exitY=1;exitDx=0;exitDy=0;endArrow=none;endFill=0;" target="0vSBfI8_46AL9H7hPHAw-7">
-           <mxGeometry relative="1" as="geometry">
-             <Array as="points">
-               <mxPoint x="1244" y="460" />
-               <mxPoint x="1030" y="460" />
-             </Array>
+         <mxCell id="0vSBfI8_46AL9H7hPHAw-10" edge="1" parent="1" source="59XTsty1G1Yx93DkZX_j-221" style="edgeStyle=orthogonalEdgeStyle;rounded=1;orthogonalLoop=1;jettySize=auto;html=1;strokeColor=#3333FF;curved=0;dashed=1;exitX=0.573;exitY=0.995;exitDx=0;exitDy=0;endArrow=none;endFill=0;exitPerimeter=0;" target="0vSBfI8_46AL9H7hPHAw-7">
+           <mxGeometry relative="1" as="geometry">
+             <Array as="points">
+               <mxPoint x="1250" y="460" />
+               <mxPoint x="1020" y="460" />
+             </Array>
+           </mxGeometry>
+         </mxCell>
+         <mxCell id="37D4bjrBw4_Emu08I7YZ-2" edge="1" parent="1" source="59XTsty1G1Yx93DkZX_j-221" style="edgeStyle=orthogonalEdgeStyle;rounded=1;orthogonalLoop=1;jettySize=auto;html=1;endArrow=none;endFill=0;curved=0;">
+           <mxGeometry relative="1" as="geometry">
+             <Array as="points">
+               <mxPoint x="1230" y="450" />
+               <mxPoint x="1040" y="450" />
+             </Array>
+             <mxPoint x="1040" y="310" as="targetPoint" />
+           </mxGeometry>
+         </mxCell>
+         <mxCell id="37D4bjrBw4_Emu08I7YZ-4" connectable="0" parent="37D4bjrBw4_Emu08I7YZ-2" style="edgeLabel;html=1;align=center;verticalAlign=middle;resizable=0;points=[];" value="Internal 5V Step Down" vertex="1">
+           <mxGeometry relative="1" x="-0.2489" y="-1" as="geometry">
+             <mxPoint as="offset" />
          </mxGeometry>
        </mxCell>
        <mxCell id="59XTsty1G1Yx93DkZX_j-221" parent="1" style="rounded=0;whiteSpace=wrap;html=1;fillColor=#b1ddf0;strokeColor=#10739e;" value="Wireless Router" vertex="1">
          <mxGeometry height="30" width="80" x="1204.35" y="410" as="geometry" />
        </mxCell>
        <mxCell id="59XTsty1G1Yx93DkZX_j-222" parent="1" style="rounded=0;whiteSpace=wrap;html=1;fillColor=#b1ddf0;strokeColor=#10739e;" value="Joystick and Throttle" vertex="1">
          <mxGeometry height="30" width="80" x="1119.35" y="410" as="geometry" />
        </mxCell>
        <mxCell id="59XTsty1G1Yx93DkZX_j-242" edge="1" parent="1" source="59XTsty1G1Yx93DkZX_j-231" style="edgeStyle=orthogonalEdgeStyle;orthogonalLoop=1;jettySize=auto;html=1;entryX=0.25;entryY=0;entryDx=0;entryDy=0;dashed=1;strokeColor=#3333FF;endArrow=none;endFill=0;" target="59XTsty1G1Yx93DkZX_j-123">
          <mxGeometry relative="1" as="geometry">
            <Array as="points">
              <mxPoint x="1055" y="900" />
              <mxPoint x="1535" y="900" />
            </Array>
          </mxGeometry>
        </mxCell>
        <mxCell id="59XTsty1G1Yx93DkZX_j-243" edge="1" parent="1" source="59XTsty1G1Yx93DkZX_j-231" style="edgeStyle=orthogonalEdgeStyle;orthogonalLoop=1;jettySize=auto;html=1;entryX=0.25;entryY=0;entryDx=0;entryDy=0;dashed=1;strokeColor=#3333FF;endArrow=none;endFill=0;" target="59XTsty1G1Yx93DkZX_j-124">
          <mxGeometry relative="1" as="geometry">
            <Array as="points">
              <mxPoint x="1055" y="900" />
              <mxPoint x="1595" y="900" />
            </Array>
          </mxGeometry>
        </mxCell>
        <mxCell id="59XTsty1G1Yx93DkZX_j-244" edge="1" parent="1" source="59XTsty1G1Yx93DkZX_j-231" style="edgeStyle=orthogonalEdgeStyle;orthogonalLoop=1;jettySize=auto;html=1;entryX=0.25;entryY=0;entryDx=0;entryDy=0;dashed=1;strokeColor=#3333FF;endArrow=none;endFill=0;" target="59XTsty1G1Yx93DkZX_j-122">
          <mxGeometry relative="1" as="geometry">
            <Array as="points">
              <mxPoint x="1055" y="900" />
              <mxPoint x="1475" y="900" />
            </Array>
          </mxGeometry>
        </mxCell>
        <mxCell id="59XTsty1G1Yx93DkZX_j-245" edge="1" parent="1" source="59XTsty1G1Yx93DkZX_j-231" style="edgeStyle=orthogonalEdgeStyle;orthogonalLoop=1;jettySize=auto;html=1;entryX=0.25;entryY=0;entryDx=0;entryDy=0;dashed=1;strokeColor=#3333FF;endArrow=none;endFill=0;" target="59XTsty1G1Yx93DkZX_j-121">
          <mxGeometry relative="1" as="geometry">
            <Array as="points">
              <mxPoint x="1055" y="900" />
              <mxPoint x="1415" y="900" />
            </Array>
          </mxGeometry>
        </mxCell>
        <mxCell id="59XTsty1G1Yx93DkZX_j-246" edge="1" parent="1" source="59XTsty1G1Yx93DkZX_j-231" style="edgeStyle=orthogonalEdgeStyle;orthogonalLoop=1;jettySize=auto;html=1;entryX=0.25;entryY=0;entryDx=0;entryDy=0;dashed=1;strokeColor=#3333FF;endArrow=none;endFill=0;" target="59XTsty1G1Yx93DkZX_j-118">
          <mxGeometry relative="1" as="geometry">
            <Array as="points">
              <mxPoint x="1055" y="900" />
              <mxPoint x="1355" y="900" />
            </Array>
          </mxGeometry>
        </mxCell>
        <mxCell id="59XTsty1G1Yx93DkZX_j-247" edge="1" parent="1" source="59XTsty1G1Yx93DkZX_j-231" style="edgeStyle=orthogonalEdgeStyle;orthogonalLoop=1;jettySize=auto;html=1;entryX=0.25;entryY=0;entryDx=0;entryDy=0;dashed=1;strokeColor=#3333FF;endArrow=none;endFill=0;" target="59XTsty1G1Yx93DkZX_j-117">
          <mxGeometry relative="1" as="geometry">
            <Array as="points">
              <mxPoint x="1055" y="900" />
              <mxPoint x="1295" y="900" />
            </Array>
          </mxGeometry>
        </mxCell>
        <mxCell id="59XTsty1G1Yx93DkZX_j-248" edge="1" parent="1" source="59XTsty1G1Yx93DkZX_j-231" style="edgeStyle=orthogonalEdgeStyle;orthogonalLoop=1;jettySize=auto;html=1;entryX=0.25;entryY=0;entryDx=0;entryDy=0;dashed=1;strokeColor=#3333FF;endArrow=none;endFill=0;" target="59XTsty1G1Yx93DkZX_j-120">
          <mxGeometry relative="1" as="geometry">
            <Array as="points">
              <mxPoint x="1055" y="900" />
              <mxPoint x="1235" y="900" />
            </Array>
          </mxGeometry>
        </mxCell>
        <mxCell id="59XTsty1G1Yx93DkZX_j-249" edge="1" parent="1" source="59XTsty1G1Yx93DkZX_j-231" style="edgeStyle=orthogonalEdgeStyle;orthogonalLoop=1;jettySize=auto;html=1;entryX=0.25;entryY=0;entryDx=0;entryDy=0;dashed=1;strokeColor=#3333FF;endArrow=none;endFill=0;" target="59XTsty1G1Yx93DkZX_j-116">
          <mxGeometry relative="1" as="geometry">
            <Array as="points">
              <mxPoint x="1055" y="900" />
              <mxPoint x="1175" y="900" />
            </Array>
          </mxGeometry>
        </mxCell>
        <mxCell id="0vSBfI8_46AL9H7hPHAw-2" edge="1" parent="1" source="59XTsty1G1Yx93DkZX_j-231" style="edgeStyle=orthogonalEdgeStyle;rounded=1;orthogonalLoop=1;jettySize=auto;html=1;entryX=0;entryY=0.5;entryDx=0;entryDy=0;dashed=1;strokeColor=#3333FF;curved=0;endArrow=none;endFill=0;" target="59XTsty1G1Yx93DkZX_j-155">
          <mxGeometry relative="1" as="geometry" />
        </mxCell>
        <mxCell id="0vSBfI8_46AL9H7hPHAw-6" edge="1" parent="1" source="59XTsty1G1Yx93DkZX_j-231" style="edgeStyle=orthogonalEdgeStyle;rounded=1;orthogonalLoop=1;jettySize=auto;html=1;entryX=0;entryY=0.5;entryDx=0;entryDy=0;curved=0;dashed=1;strokeColor=#3333FF;endArrow=none;endFill=0;" target="0vSBfI8_46AL9H7hPHAw-3">
          <mxGeometry relative="1" as="geometry" />
        </mxCell>
        <mxCell id="59XTsty1G1Yx93DkZX_j-231" parent="1" style="rounded=0;whiteSpace=wrap;html=1;fillColor=#b1ddf0;strokeColor=#10739e;" value="Motor Controller" vertex="1">
          <mxGeometry height="30" width="80" x="1015" y="860" as="geometry" />
        </mxCell>
        <mxCell id="0vSBfI8_46AL9H7hPHAw-3" parent="1" style="rounded=0;whiteSpace=wrap;html=1;fillColor=#b1ddf0;strokeColor=#10739e;" value="Spinner Tool Servo" vertex="1">
          <mxGeometry height="30" width="80" x="1165" y="780" as="geometry" />
        </mxCell>
        <mxCell id="0vSBfI8_46AL9H7hPHAw-30" edge="1" parent="1" source="0vSBfI8_46AL9H7hPHAw-7" style="edgeStyle=orthogonalEdgeStyle;rounded=1;orthogonalLoop=1;jettySize=auto;html=1;entryX=0.167;entryY=-0.009;entryDx=0;entryDy=0;dashed=1;strokeColor=#3333FF;curved=0;entryPerimeter=0;endArrow=none;endFill=0;" target="59XTsty1G1Yx93DkZX_j-111">
          <mxGeometry relative="1" as="geometry">
            <Array as="points">
              <mxPoint x="940" y="280" />
            </Array>
          </mxGeometry>
        </mxCell>
        <mxCell id="0vSBfI8_46AL9H7hPHAw-40" connectable="0" parent="0vSBfI8_46AL9H7hPHAw-30" style="edgeLabel;html=1;align=center;verticalAlign=middle;resizable=0;points=[];" value="TETHER (DATA)" vertex="1">
          <mxGeometry relative="1" x="-0.3495" as="geometry">
            <mxPoint as="offset" />
          </mxGeometry>
        </mxCell>
        <mxCell id="0vSBfI8_46AL9H7hPHAw-7" parent="1" style="rounded=0;whiteSpace=wrap;html=1;fontStyle=1;fillColor=#d5e8d4;strokeColor=#82b366;" value="Fathom-X Tether Interface" vertex="1">
          <mxGeometry height="60" width="120" x="975" y="250" as="geometry" />
        </mxCell>
        <mxCell id="0vSBfI8_46AL9H7hPHAw-19" parent="1" style="text;html=1;whiteSpace=wrap;strokeColor=none;fillColor=none;align=center;verticalAlign=middle;rounded=0;rotation=270;" value="&lt;font face=&quot;Helvetica&quot; style=&quot;font-size: 28px;&quot;&gt;&lt;b&gt;&lt;span style=&quot;color: rgb(0, 102, 204);&quot;&gt;IN WATER&lt;/span&gt;&lt;/b&gt;&lt;/font&gt;" vertex="1">
-           <mxGeometry height="30" width="140.65" x="809.03" y="549.67" as="geometry" />
+           <mxGeometry height="30" width="140.65" x="809.35" y="990" as="geometry" />
        </mxCell>
        <mxCell id="0vSBfI8_46AL9H7hPHAw-21" edge="1" parent="1" style="endArrow=none;html=1;rounded=0;strokeWidth=3;fillColor=#fad7ac;strokeColor=#b46504;shadow=1;" value="">
          <mxGeometry height="50" relative="1" width="50" as="geometry">
            <mxPoint x="889.35" y="480" as="sourcePoint" />
            <mxPoint x="890" y="150" as="targetPoint" />
          </mxGeometry>
        </mxCell>
        <mxCell id="0vSBfI8_46AL9H7hPHAw-24" edge="1" parent="1" style="endArrow=none;html=1;rounded=0;strokeWidth=3;fillColor=#fad7ac;strokeColor=#b46504;shadow=1;" value="">
          <mxGeometry height="50" relative="1" width="50" as="geometry">
            <mxPoint x="890" y="150" as="sourcePoint" />
            <mxPoint x="1639.35" y="150" as="targetPoint" />
          </mxGeometry>
        </mxCell>
        <mxCell id="0vSBfI8_46AL9H7hPHAw-25" edge="1" parent="1" style="endArrow=none;html=1;rounded=0;strokeWidth=3;fillColor=#fad7ac;strokeColor=#b46504;shadow=1;" value="">
          <mxGeometry height="50" relative="1" width="50" as="geometry">
            <mxPoint x="1639.35" y="480" as="sourcePoint" />
            <mxPoint x="1639.35" y="150" as="targetPoint" />
          </mxGeometry>
        </mxCell>
        <mxCell id="0vSBfI8_46AL9H7hPHAw-26" edge="1" parent="1" style="endArrow=none;html=1;rounded=0;strokeWidth=3;fillColor=#fad7ac;strokeColor=#b46504;shadow=1;" value="">
          <mxGeometry height="50" relative="1" width="50" as="geometry">
            <mxPoint x="889.35" y="480" as="sourcePoint" />
            <mxPoint x="1639.35" y="480" as="targetPoint" />
          </mxGeometry>
        </mxCell>
        <mxCell id="0vSBfI8_46AL9H7hPHAw-27" parent="1" style="text;html=1;whiteSpace=wrap;strokeColor=none;fillColor=none;align=center;verticalAlign=middle;rounded=0;rotation=270;" value="&lt;font style=&quot;font-size: 28px; color: rgb(180, 101, 4);&quot;&gt;&lt;b&gt;SURFACE&lt;/b&gt;&lt;/font&gt;" vertex="1">
          <mxGeometry height="30" width="140" x="809.35" y="390" as="geometry" />
        </mxCell>
        <mxCell id="0vSBfI8_46AL9H7hPHAw-37" parent="1" style="rounded=0;whiteSpace=wrap;html=1;fillColor=#b1ddf0;strokeColor=#10739e;" value="Camera" vertex="1">
          <mxGeometry height="30" width="80" x="1165" y="620" as="geometry" />
        </mxCell>
      </root>
    </mxGraphModel>
  </diagram>
</mxfile>
